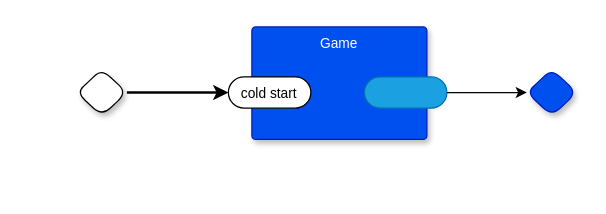
This is page "main" (1 of 8) of dc0d.drawio from guitarvydas/dc0d, a draw.io file, before an edit. Source tidied: cells renumbered, new cells numbered last; positions are measured from the earlier drawing's top-left corner, leaving out a move shared by most shapes. Both pictures are drawn from the tidied source at 125%, with x=0, y=0 at pixel (76, 26).
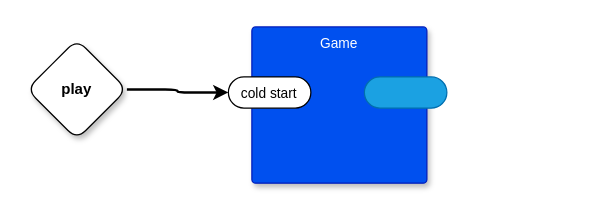
The same page after the edit.

What changed in the source:
```diff
@@
 <mxGraphModel>
   <root>
     <mxCell id="0" />
     <mxCell id="1" parent="0" />
     <mxCell id="2" value="Game" style="rounded=1;whiteSpace=wrap;html=1;sketch=0;verticalAlign=top;arcSize=6;fontStyle=0;absoluteArcSize=1;shadow=1;strokeColor=#001DBC;fillColor=#0050ef;fontColor=#ffffff;fontFamily=Helvetica;fontSize=11;" parent="1" vertex="1">
-      <mxGeometry x="140" width="140" height="90" as="geometry" />
+      <mxGeometry x="140" width="140" height="125" as="geometry" />
     </mxCell>
     <mxCell id="3" value="cold start" style="rounded=1;whiteSpace=wrap;html=1;sketch=0;points=[[0,0.5,0,0,0],[1,0.5,0,0,0]];arcSize=50;fontFamily=Helvetica;fontSize=11;fontColor=default;" parent="2" vertex="1">
       <mxGeometry x="-18.8" y="40" width="66" height="25" as="geometry" />
     </mxCell>
     <mxCell id="4" style="rounded=1;whiteSpace=wrap;html=1;sketch=0;points=[[0,0.5,0,0,0],[1,0.5,0,0,0]];fillColor=#1ba1e2;fontColor=#ffffff;strokeColor=#006EAF;arcSize=50;fontFamily=Helvetica;fontSize=11;" parent="2" vertex="1">
       <mxGeometry x="90" y="40" width="66" height="25" as="geometry" />
     </mxCell>
-    <mxCell id="5" style="rhombus;whiteSpace=wrap;html=1;rounded=1;fontStyle=1;glass=0;sketch=0;fontSize=12;points=[[0,0.5,0,0,0],[0.5,0,0,0,0],[0.5,1,0,0,0],[1,0.5,0,0,0]];shadow=1;fontFamily=Helvetica;fontColor=default;" parent="1" vertex="1">
-      <mxGeometry y="33.8" width="40" height="37.5" as="geometry" />
+    <mxCell id="5" value="play" style="rhombus;whiteSpace=wrap;html=1;rounded=1;fontStyle=1;glass=0;sketch=0;fontSize=12;points=[[0,0.5,0,0,0],[0.5,0,0,0,0],[0.5,1,0,0,0],[1,0.5,0,0,0]];shadow=1;fontFamily=Helvetica;fontColor=default;" parent="1" vertex="1">
+      <mxGeometry x="-40" y="10" width="80" height="80" as="geometry" />
     </mxCell>
     <mxCell id="6" style="edgeStyle=orthogonalEdgeStyle;rounded=1;jettySize=auto;html=1;exitX=1;exitY=0.5;exitDx=0;exitDy=0;exitPerimeter=0;entryX=0;entryY=0.5;entryDx=0;entryDy=0;entryPerimeter=0;curved=0;strokeWidth=2;" parent="1" edge="1" source="5" target="3">
       <mxGeometry relative="1" as="geometry" />
     </mxCell>
-    <mxCell id="7" style="edgeStyle=orthogonalEdgeStyle;rounded=0;jettySize=auto;html=1;exitX=1;exitY=0.5;exitDx=0;exitDy=0;exitPerimeter=0;entryX=0;entryY=0.5;entryDx=0;entryDy=0;entryPerimeter=0;" parent="1" edge="1" source="4" target="8">
-      <mxGeometry relative="1" as="geometry" />
-    </mxCell>
-    <mxCell id="8" style="rhombus;whiteSpace=wrap;html=1;rounded=1;fillColor=#0050ef;fontColor=#ffffff;strokeColor=#001DBC;fontStyle=1;glass=0;sketch=0;fontSize=12;points=[[0,0.5,0,0,0],[0.5,0,0,0,0],[0.5,1,0,0,0],[1,0.5,0,0,0]];shadow=1;fontFamily=Helvetica;" parent="1" vertex="1">
-      <mxGeometry x="360" y="33.8" width="40" height="37.5" as="geometry" />
-    </mxCell>
   </root>
 </mxGraphModel>
```
